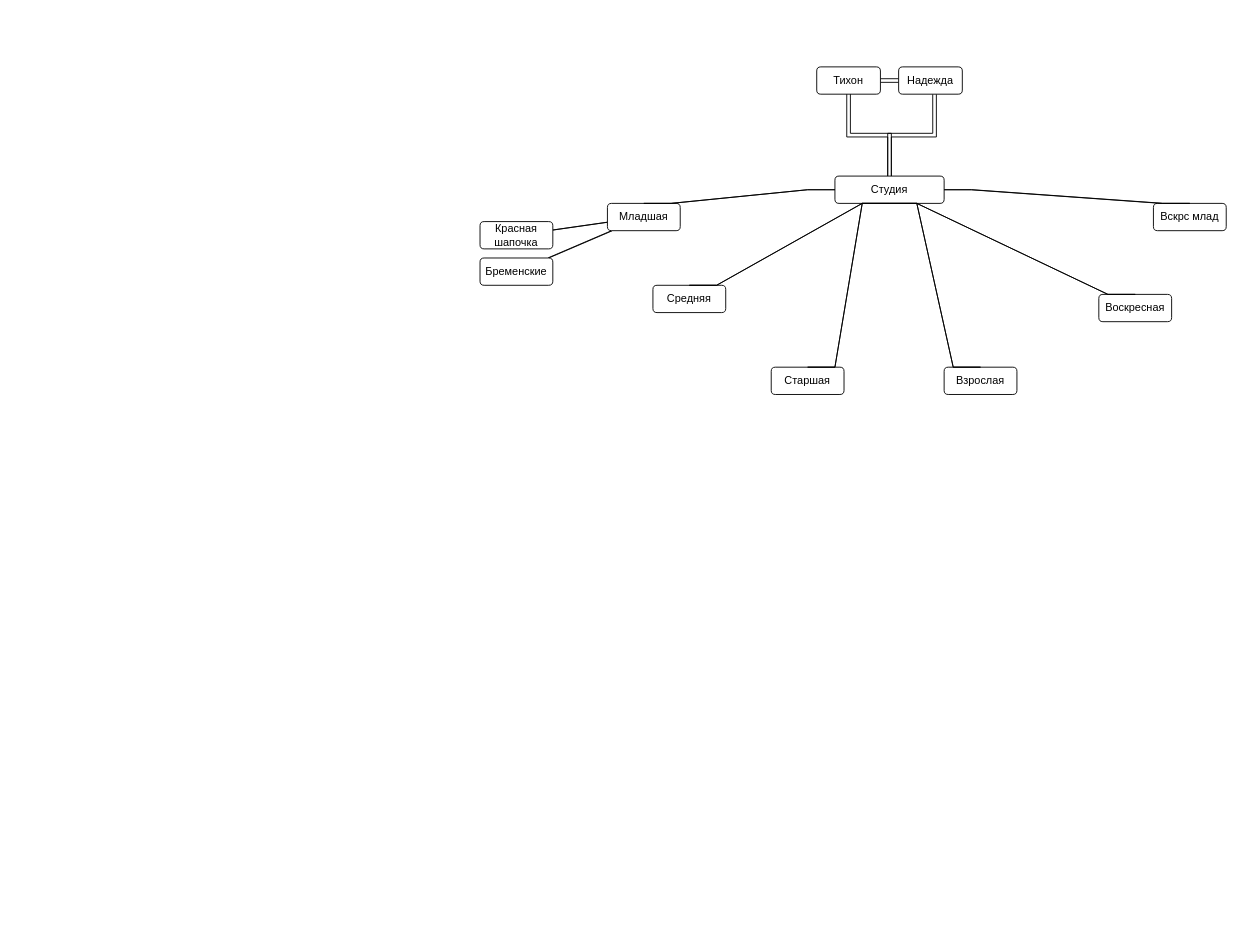
Before: Диаграмма без названия.drawio in Magnarius/fsd, a draw.io diagram. Source tidied: cells renumbered, new cells numbered last; positions are measured from the earlier drawing's top-left corner, leaving out a move shared by most shapes. Both pictures are drawn from the tidied source at 91%, with x=0, y=0 at pixel (480, 39).
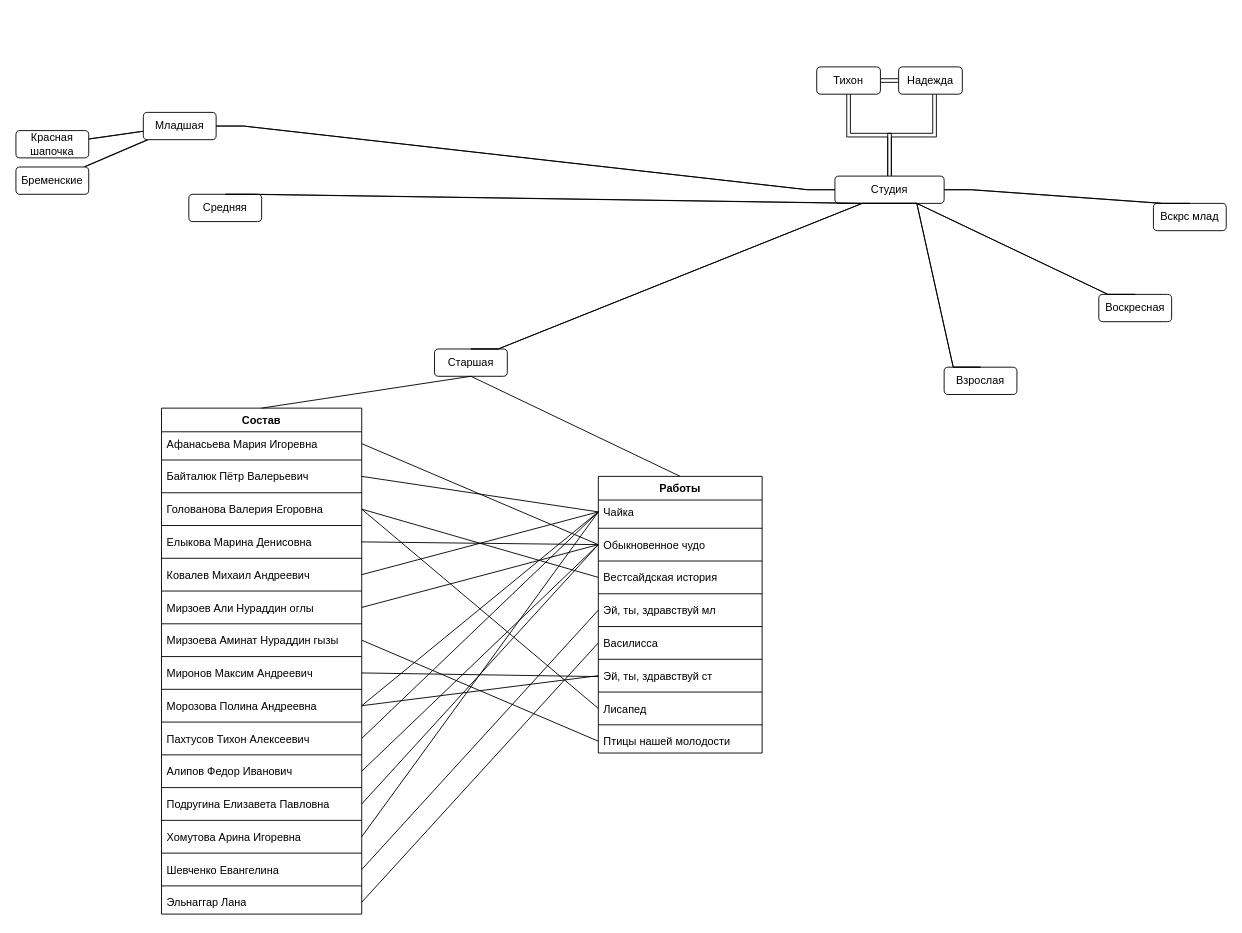
Above is the later version.

The change refers to these unchanged cells:
```xml
<mxCell id="7" value="Студия" style="rounded=1;whiteSpace=wrap;html=1;" parent="1" vertex="1">
  <mxGeometry x="390" y="150" width="120" height="30" as="geometry" />
</mxCell>
```

The edit, as a diff of the source:
```diff
@@
     <mxCell id="11" value="Младшая" style="rounded=1;whiteSpace=wrap;html=1;fontFamily=Helvetica;fontSize=12;fontColor=default;align=center;strokeColor=default;fillColor=default;" parent="1" vertex="1">
-      <mxGeometry x="140" y="180" width="80" height="30" as="geometry" />
+      <mxGeometry x="-370" y="80" width="80" height="30" as="geometry" />
     </mxCell>
     <mxCell id="12" value="Средняя" style="rounded=1;whiteSpace=wrap;html=1;" parent="1" vertex="1">
-      <mxGeometry x="190" y="270" width="80" height="30" as="geometry" />
+      <mxGeometry x="-320" y="170" width="80" height="30" as="geometry" />
     </mxCell>
     <mxCell id="13" value="Старшая" style="rounded=1;whiteSpace=wrap;html=1;" parent="1" vertex="1">
-      <mxGeometry x="320" y="360" width="80" height="30" as="geometry" />
+      <mxGeometry x="-50" y="340" width="80" height="30" as="geometry" />
     </mxCell>
@@
-    <mxCell id="17" style="endArrow=none;html=1;rounded=0;strokeColor=default;shape=link;elbow=vertical;exitX=0.5;exitY=0;exitDx=0;exitDy=0;edgeStyle=entityRelationEdgeStyle;width=-0.10309278350515427;entryX=0;entryY=0.5;entryDx=0;entryDy=0;" parent="1" edge="1" source="11" target="7">
+    <mxCell id="17" style="endArrow=none;html=1;rounded=0;strokeColor=default;shape=link;elbow=vertical;exitX=1;exitY=0.5;exitDx=0;exitDy=0;edgeStyle=entityRelationEdgeStyle;width=-0.10309278350515427;entryX=0;entryY=0.5;entryDx=0;entryDy=0;" parent="1" edge="1" source="11" target="7">
       <mxGeometry relative="1" as="geometry" />
     </mxCell>
@@
     <mxCell id="23" value="Бременские" style="rounded=1;whiteSpace=wrap;html=1;fontFamily=Helvetica;fontSize=12;fontColor=default;align=center;strokeColor=default;fillColor=default;" parent="1" vertex="1">
-      <mxGeometry y="240" width="80" height="30" as="geometry" />
+      <mxGeometry x="-510" y="140" width="80" height="30" as="geometry" />
     </mxCell>
     <mxCell id="24" value="Красная шапочка" style="rounded=1;whiteSpace=wrap;html=1;fontFamily=Helvetica;fontSize=12;fontColor=default;align=center;strokeColor=default;fillColor=default;" parent="1" vertex="1">
-      <mxGeometry y="200" width="80" height="30" as="geometry" />
+      <mxGeometry x="-510" y="100" width="80" height="30" as="geometry" />
     </mxCell>
+    <mxCell id="25" value="Состав" style="swimlane;fontStyle=1;horizontal=1;startSize=26;" parent="1" vertex="1">
+      <mxGeometry x="-350" y="405" width="220" height="556" as="geometry" />
+    </mxCell>
+    <mxCell id="26" value="Афанасьева Мария Игоревна" style="text;strokeColor=none;fillColor=none;align=left;verticalAlign=top;spacingLeft=4;spacingRight=4;overflow=hidden;points=[[0,0.5],[1,0.5]];portConstraint=eastwest;" parent="25" vertex="1">
+      <mxGeometry y="26" width="220" height="26" as="geometry" />
+    </mxCell>
+    <mxCell id="27" style="line;strokeWidth=1;dashed=0;labelPosition=right;align=left;verticalAlign=middle;spacingTop=0;spacingLeft=6;fontSize=12;" parent="25" vertex="1">
+      <mxGeometry y="52" width="220" height="10" as="geometry" />
+    </mxCell>
+    <mxCell id="28" value="Байталюк Пётр Валерьевич" style="text;strokeColor=none;fillColor=none;align=left;verticalAlign=top;spacingLeft=4;spacingRight=4;overflow=hidden;points=[[0,0.5],[1,0.5]];portConstraint=eastwest;" parent="25" vertex="1">
+      <mxGeometry y="62" width="220" height="26" as="geometry" />
+    </mxCell>
+    <mxCell id="29" style="line;strokeWidth=1;dashed=0;labelPosition=right;align=left;verticalAlign=middle;spacingTop=0;spacingLeft=6;fontSize=12;" parent="25" vertex="1">
+      <mxGeometry y="88" width="220" height="10" as="geometry" />
+    </mxCell>
+    <mxCell id="30" value="Голованова Валерия Егоровна" style="text;strokeColor=none;fillColor=none;align=left;verticalAlign=top;spacingLeft=4;spacingRight=4;overflow=hidden;points=[[0,0.5],[1,0.5]];portConstraint=eastwest;" parent="25" vertex="1">
+      <mxGeometry y="98" width="220" height="26" as="geometry" />
+    </mxCell>
+    <mxCell id="31" style="line;strokeWidth=1;dashed=0;labelPosition=right;align=left;verticalAlign=middle;spacingTop=0;spacingLeft=6;fontSize=12;" parent="25" vertex="1">
+      <mxGeometry y="124" width="220" height="10" as="geometry" />
+    </mxCell>
+    <mxCell id="32" value="Елыкова Марина Денисовна" style="text;strokeColor=none;fillColor=none;align=left;verticalAlign=top;spacingLeft=4;spacingRight=4;overflow=hidden;points=[[0,0.5],[1,0.5]];portConstraint=eastwest;" parent="25" vertex="1">
+      <mxGeometry y="134" width="220" height="26" as="geometry" />
+    </mxCell>
+    <mxCell id="33" style="line;strokeWidth=1;dashed=0;labelPosition=right;align=left;verticalAlign=middle;spacingTop=0;spacingLeft=6;fontSize=12;" parent="25" vertex="1">
+      <mxGeometry y="160" width="220" height="10" as="geometry" />
+    </mxCell>
+    <mxCell id="34" value="Ковалев Михаил Андреевич" style="text;strokeColor=none;fillColor=none;align=left;verticalAlign=top;spacingLeft=4;spacingRight=4;overflow=hidden;points=[[0,0.5],[1,0.5]];portConstraint=eastwest;" parent="25" vertex="1">
+      <mxGeometry y="170" width="220" height="26" as="geometry" />
+    </mxCell>
+    <mxCell id="35" style="line;strokeWidth=1;dashed=0;labelPosition=right;align=left;verticalAlign=middle;spacingTop=0;spacingLeft=6;fontSize=12;" parent="25" vertex="1">
+      <mxGeometry y="196" width="220" height="10" as="geometry" />
+    </mxCell>
+    <mxCell id="36" value="Мирзоев Али Нураддин оглы" style="text;strokeColor=none;fillColor=none;align=left;verticalAlign=top;spacingLeft=4;spacingRight=4;overflow=hidden;points=[[0,0.5],[1,0.5]];portConstraint=eastwest;" parent="25" vertex="1">
+      <mxGeometry y="206" width="220" height="26" as="geometry" />
+    </mxCell>
+    <mxCell id="37" style="line;strokeWidth=1;dashed=0;labelPosition=right;align=left;verticalAlign=middle;spacingTop=0;spacingLeft=6;fontSize=12;" parent="25" vertex="1">
+      <mxGeometry y="232" width="220" height="10" as="geometry" />
+    </mxCell>
+    <mxCell id="38" value="Мирзоева Аминат Нураддин гызы" style="text;strokeColor=none;fillColor=none;align=left;verticalAlign=top;spacingLeft=4;spacingRight=4;overflow=hidden;points=[[0,0.5],[1,0.5]];portConstraint=eastwest;" parent="25" vertex="1">
+      <mxGeometry y="242" width="220" height="26" as="geometry" />
+    </mxCell>
+    <mxCell id="39" style="line;strokeWidth=1;dashed=0;labelPosition=right;align=left;verticalAlign=middle;spacingTop=0;spacingLeft=6;fontSize=12;" parent="25" vertex="1">
+      <mxGeometry y="268" width="220" height="10" as="geometry" />
+    </mxCell>
+    <mxCell id="40" value="Миронов Максим Андреевич " style="text;strokeColor=none;fillColor=none;align=left;verticalAlign=top;spacingLeft=4;spacingRight=4;overflow=hidden;points=[[0,0.5],[1,0.5]];portConstraint=eastwest;" parent="25" vertex="1">
+      <mxGeometry y="278" width="220" height="26" as="geometry" />
+    </mxCell>
+    <mxCell id="41" style="line;strokeWidth=1;dashed=0;labelPosition=right;align=left;verticalAlign=middle;spacingTop=0;spacingLeft=6;fontSize=12;" parent="25" vertex="1">
+      <mxGeometry y="304" width="220" height="10" as="geometry" />
+    </mxCell>
+    <mxCell id="42" value="Морозова Полина Андреевна " style="text;strokeColor=none;fillColor=none;align=left;verticalAlign=top;spacingLeft=4;spacingRight=4;overflow=hidden;points=[[0,0.5],[1,0.5]];portConstraint=eastwest;" parent="25" vertex="1">
+      <mxGeometry y="314" width="220" height="26" as="geometry" />
+    </mxCell>
+    <mxCell id="43" style="line;strokeWidth=1;dashed=0;labelPosition=right;align=left;verticalAlign=middle;spacingTop=0;spacingLeft=6;fontSize=12;" parent="25" vertex="1">
+      <mxGeometry y="340" width="220" height="10" as="geometry" />
+    </mxCell>
+    <mxCell id="44" value="Пахтусов Тихон Алексеевич" style="text;strokeColor=none;fillColor=none;align=left;verticalAlign=top;spacingLeft=4;spacingRight=4;overflow=hidden;points=[[0,0.5],[1,0.5]];portConstraint=eastwest;" parent="25" vertex="1">
+      <mxGeometry y="350" width="220" height="26" as="geometry" />
+    </mxCell>
+    <mxCell id="45" style="line;strokeWidth=1;dashed=0;labelPosition=right;align=left;verticalAlign=middle;spacingTop=0;spacingLeft=6;fontSize=12;" parent="25" vertex="1">
+      <mxGeometry y="376" width="220" height="10" as="geometry" />
+    </mxCell>
+    <mxCell id="46" value="Алипов Федор Иванович" style="text;strokeColor=none;fillColor=none;align=left;verticalAlign=top;spacingLeft=4;spacingRight=4;overflow=hidden;points=[[0,0.5],[1,0.5]];portConstraint=eastwest;" parent="25" vertex="1">
+      <mxGeometry y="386" width="220" height="26" as="geometry" />
+    </mxCell>
+    <mxCell id="47" style="line;strokeWidth=1;dashed=0;labelPosition=right;align=left;verticalAlign=middle;spacingTop=0;spacingLeft=6;fontSize=12;" parent="25" vertex="1">
+      <mxGeometry y="412" width="220" height="10" as="geometry" />
+    </mxCell>
+    <mxCell id="48" value="Подругина Елизавета Павловна" style="text;strokeColor=none;fillColor=none;align=left;verticalAlign=top;spacingLeft=4;spacingRight=4;overflow=hidden;points=[[0,0.5],[1,0.5]];portConstraint=eastwest;" parent="25" vertex="1">
+      <mxGeometry y="422" width="220" height="26" as="geometry" />
+    </mxCell>
+    <mxCell id="49" style="line;strokeWidth=1;dashed=0;labelPosition=right;align=left;verticalAlign=middle;spacingTop=0;spacingLeft=6;fontSize=12;" parent="25" vertex="1">
+      <mxGeometry y="448" width="220" height="10" as="geometry" />
+    </mxCell>
+    <mxCell id="50" value="Хомутова Арина Игоревна" style="text;strokeColor=none;fillColor=none;align=left;verticalAlign=top;spacingLeft=4;spacingRight=4;overflow=hidden;points=[[0,0.5],[1,0.5]];portConstraint=eastwest;" parent="25" vertex="1">
+      <mxGeometry y="458" width="220" height="26" as="geometry" />
+    </mxCell>
+    <mxCell id="51" style="line;strokeWidth=1;dashed=0;labelPosition=right;align=left;verticalAlign=middle;spacingTop=0;spacingLeft=6;fontSize=12;" parent="25" vertex="1">
+      <mxGeometry y="484" width="220" height="10" as="geometry" />
+    </mxCell>
+    <mxCell id="52" value="Шевченко Евангелина" style="text;strokeColor=none;fillColor=none;align=left;verticalAlign=top;spacingLeft=4;spacingRight=4;overflow=hidden;points=[[0,0.5],[1,0.5]];portConstraint=eastwest;" parent="25" vertex="1">
+      <mxGeometry y="494" width="220" height="26" as="geometry" />
+    </mxCell>
+    <mxCell id="53" style="line;strokeWidth=1;dashed=0;labelPosition=right;align=left;verticalAlign=middle;spacingTop=0;spacingLeft=6;fontSize=12;" parent="25" vertex="1">
+      <mxGeometry y="520" width="220" height="10" as="geometry" />
+    </mxCell>
+    <mxCell id="54" value="Эльнаггар Лана" style="text;strokeColor=none;fillColor=none;align=left;verticalAlign=top;spacingLeft=4;spacingRight=4;overflow=hidden;points=[[0,0.5],[1,0.5]];portConstraint=eastwest;" parent="25" vertex="1">
+      <mxGeometry y="530" width="220" height="26" as="geometry" />
+    </mxCell>
+    <mxCell id="55" style="endArrow=none;html=1;rounded=0;entryX=0.5;entryY=1;entryDx=0;entryDy=0;exitX=0.5;exitY=0;exitDx=0;exitDy=0;" parent="1" edge="1" source="25" target="13">
+      <mxGeometry relative="1" as="geometry" />
+    </mxCell>
+    <mxCell id="56" value="Работы" style="swimlane;fontStyle=1;horizontal=1;startSize=26;fontSize=12;" parent="1" vertex="1">
+      <mxGeometry x="130" y="480" width="180" height="304" as="geometry" />
+    </mxCell>
+    <mxCell id="57" value="Чайка" style="text;strokeColor=none;fillColor=none;align=left;verticalAlign=top;spacingLeft=4;spacingRight=4;overflow=hidden;points=[[0,0.5],[1,0.5]];portConstraint=eastwest;" parent="56" vertex="1">
+      <mxGeometry y="26" width="180" height="26" as="geometry" />
+    </mxCell>
+    <mxCell id="58" style="line;strokeWidth=1;dashed=0;labelPosition=right;align=left;verticalAlign=middle;spacingTop=0;spacingLeft=6;fontSize=12;" parent="56" vertex="1">
+      <mxGeometry y="52" width="180" height="10" as="geometry" />
+    </mxCell>
+    <mxCell id="59" value="Обыкновенное чудо" style="text;strokeColor=none;fillColor=none;align=left;verticalAlign=top;spacingLeft=4;spacingRight=4;overflow=hidden;points=[[0,0.5],[1,0.5]];portConstraint=eastwest;" parent="56" vertex="1">
+      <mxGeometry y="62" width="180" height="26" as="geometry" />
+    </mxCell>
+    <mxCell id="60" style="line;strokeWidth=1;dashed=0;labelPosition=right;align=left;verticalAlign=middle;spacingTop=0;spacingLeft=6;fontSize=12;" parent="56" vertex="1">
+      <mxGeometry y="88" width="180" height="10" as="geometry" />
+    </mxCell>
+    <mxCell id="61" value="Вестсайдская история" style="text;strokeColor=none;fillColor=none;align=left;verticalAlign=top;spacingLeft=4;spacingRight=4;overflow=hidden;points=[[0,0.5],[1,0.5]];portConstraint=eastwest;" parent="56" vertex="1">
+      <mxGeometry y="98" width="180" height="26" as="geometry" />
+    </mxCell>
+    <mxCell id="62" style="line;strokeWidth=1;dashed=0;labelPosition=right;align=left;verticalAlign=middle;spacingTop=0;spacingLeft=6;fontSize=12;" parent="56" vertex="1">
+      <mxGeometry y="124" width="180" height="10" as="geometry" />
+    </mxCell>
+    <mxCell id="63" value="Эй, ты, здравствуй мл" style="text;strokeColor=none;fillColor=none;align=left;verticalAlign=top;spacingLeft=4;spacingRight=4;overflow=hidden;points=[[0,0.5],[1,0.5]];portConstraint=eastwest;" parent="56" vertex="1">
+      <mxGeometry y="134" width="180" height="26" as="geometry" />
+    </mxCell>
+    <mxCell id="64" style="line;strokeWidth=1;dashed=0;labelPosition=right;align=left;verticalAlign=middle;spacingTop=0;spacingLeft=6;fontSize=12;" parent="56" vertex="1">
+      <mxGeometry y="160" width="180" height="10" as="geometry" />
+    </mxCell>
+    <mxCell id="65" value="Василисса" style="text;strokeColor=none;fillColor=none;align=left;verticalAlign=top;spacingLeft=4;spacingRight=4;overflow=hidden;points=[[0,0.5],[1,0.5]];portConstraint=eastwest;" parent="56" vertex="1">
+      <mxGeometry y="170" width="180" height="26" as="geometry" />
+    </mxCell>
+    <mxCell id="66" style="line;strokeWidth=1;dashed=0;labelPosition=right;align=left;verticalAlign=middle;spacingTop=0;spacingLeft=6;fontSize=12;" parent="56" vertex="1">
+      <mxGeometry y="196" width="180" height="10" as="geometry" />
+    </mxCell>
+    <mxCell id="67" value="Эй, ты, здравствуй ст" style="text;strokeColor=none;fillColor=none;align=left;verticalAlign=top;spacingLeft=4;spacingRight=4;overflow=hidden;points=[[0,0.5],[1,0.5]];portConstraint=eastwest;" parent="56" vertex="1">
+      <mxGeometry y="206" width="180" height="26" as="geometry" />
+    </mxCell>
+    <mxCell id="68" style="line;strokeWidth=1;dashed=0;labelPosition=right;align=left;verticalAlign=middle;spacingTop=0;spacingLeft=6;fontSize=12;" parent="56" vertex="1">
+      <mxGeometry y="232" width="180" height="10" as="geometry" />
+    </mxCell>
+    <mxCell id="69" value="Лисапед" style="text;strokeColor=none;fillColor=none;align=left;verticalAlign=top;spacingLeft=4;spacingRight=4;overflow=hidden;points=[[0,0.5],[1,0.5]];portConstraint=eastwest;" parent="56" vertex="1">
+      <mxGeometry y="242" width="180" height="26" as="geometry" />
+    </mxCell>
+    <mxCell id="70" style="line;strokeWidth=1;dashed=0;labelPosition=right;align=left;verticalAlign=middle;spacingTop=0;spacingLeft=6;fontSize=12;" parent="56" vertex="1">
+      <mxGeometry y="268" width="180" height="10" as="geometry" />
+    </mxCell>
+    <mxCell id="71" value="Птицы нашей молодости" style="text;strokeColor=none;fillColor=none;align=left;verticalAlign=top;spacingLeft=4;spacingRight=4;overflow=hidden;points=[[0,0.5],[1,0.5]];portConstraint=eastwest;" parent="56" vertex="1">
+      <mxGeometry y="278" width="180" height="26" as="geometry" />
+    </mxCell>
+    <mxCell id="72" style="endArrow=none;html=1;rounded=0;entryX=0.5;entryY=1;entryDx=0;entryDy=0;exitX=0.5;exitY=0;exitDx=0;exitDy=0;" parent="1" edge="1" source="56" target="13">
+      <mxGeometry relative="1" as="geometry" />
+    </mxCell>
+    <mxCell id="73" style="endArrow=none;html=1;rounded=0;exitX=1;exitY=0.5;exitDx=0;exitDy=0;entryX=0;entryY=0.5;entryDx=0;entryDy=0;" parent="1" edge="1" source="26" target="59">
+      <mxGeometry relative="1" as="geometry" />
+    </mxCell>
+    <mxCell id="74" style="endArrow=none;html=1;rounded=0;exitX=1;exitY=0.5;exitDx=0;exitDy=0;entryX=0;entryY=0.5;entryDx=0;entryDy=0;" parent="1" edge="1" source="54" target="65">
+      <mxGeometry relative="1" as="geometry" />
+    </mxCell>
+    <mxCell id="75" style="endArrow=none;html=1;rounded=0;exitX=1;exitY=0.5;exitDx=0;exitDy=0;entryX=0;entryY=0.5;entryDx=0;entryDy=0;" parent="1" edge="1" source="28" target="57">
+      <mxGeometry relative="1" as="geometry" />
+    </mxCell>
+    <mxCell id="76" style="endArrow=none;html=1;rounded=0;exitX=1;exitY=0.5;exitDx=0;exitDy=0;entryX=0;entryY=0.5;entryDx=0;entryDy=0;" parent="1" edge="1" source="34" target="57">
+      <mxGeometry relative="1" as="geometry" />
+    </mxCell>
+    <mxCell id="77" style="endArrow=none;html=1;rounded=0;exitX=1;exitY=0.5;exitDx=0;exitDy=0;entryX=0;entryY=0.5;entryDx=0;entryDy=0;" parent="1" edge="1" source="30" target="69">
+      <mxGeometry relative="1" as="geometry" />
+    </mxCell>
+    <mxCell id="78" style="endArrow=none;html=1;rounded=0;fontSize=12;exitX=1;exitY=0.5;exitDx=0;exitDy=0;entryX=0;entryY=0.5;entryDx=0;entryDy=0;" parent="1" edge="1" source="48" target="59">
+      <mxGeometry relative="1" as="geometry" />
+    </mxCell>
+    <mxCell id="79" style="endArrow=none;html=1;rounded=0;fontSize=12;entryX=1;entryY=0.5;entryDx=0;entryDy=0;exitX=0;exitY=0.5;exitDx=0;exitDy=0;" parent="1" edge="1" source="57" target="44">
+      <mxGeometry relative="1" as="geometry" />
+    </mxCell>
+    <mxCell id="80" style="endArrow=none;html=1;rounded=0;fontSize=12;entryX=1;entryY=0.5;entryDx=0;entryDy=0;exitX=0;exitY=0.5;exitDx=0;exitDy=0;" parent="1" edge="1" source="57" target="42">
+      <mxGeometry relative="1" as="geometry" />
+    </mxCell>
+    <mxCell id="81" style="endArrow=none;html=1;rounded=0;fontSize=12;entryX=1;entryY=0.5;entryDx=0;entryDy=0;exitX=0;exitY=0.5;exitDx=0;exitDy=0;" parent="1" edge="1" source="67" target="42">
+      <mxGeometry relative="1" as="geometry" />
+    </mxCell>
+    <mxCell id="82" style="endArrow=none;html=1;rounded=0;fontSize=12;entryX=1;entryY=0.5;entryDx=0;entryDy=0;exitX=0;exitY=0.5;exitDx=0;exitDy=0;" parent="1" edge="1" source="63" target="52">
+      <mxGeometry relative="1" as="geometry" />
+    </mxCell>
+    <mxCell id="83" style="endArrow=none;html=1;rounded=0;fontSize=12;entryX=1;entryY=0.5;entryDx=0;entryDy=0;exitX=0;exitY=0.5;exitDx=0;exitDy=0;" parent="1" edge="1" source="61" target="30">
+      <mxGeometry relative="1" as="geometry" />
+    </mxCell>
+    <mxCell id="84" style="endArrow=none;html=1;rounded=0;fontSize=12;entryX=1;entryY=0.5;entryDx=0;entryDy=0;exitX=0;exitY=0.5;exitDx=0;exitDy=0;" parent="1" edge="1" source="71" target="38">
+      <mxGeometry relative="1" as="geometry" />
+    </mxCell>
+    <mxCell id="85" style="endArrow=none;html=1;rounded=0;fontSize=12;entryX=1;entryY=0.5;entryDx=0;entryDy=0;exitX=0;exitY=0.5;exitDx=0;exitDy=0;" parent="1" edge="1" source="57" target="50">
+      <mxGeometry relative="1" as="geometry" />
+    </mxCell>
+    <mxCell id="86" style="endArrow=none;html=1;rounded=0;fontSize=12;entryX=1;entryY=0.5;entryDx=0;entryDy=0;exitX=0;exitY=0.5;exitDx=0;exitDy=0;" parent="1" edge="1" source="59" target="32">
+      <mxGeometry relative="1" as="geometry" />
+    </mxCell>
+    <mxCell id="87" style="endArrow=none;html=1;rounded=0;fontSize=12;entryX=1;entryY=0.5;entryDx=0;entryDy=0;exitX=0;exitY=0.5;exitDx=0;exitDy=0;" parent="1" edge="1" source="59" target="36">
+      <mxGeometry relative="1" as="geometry" />
+    </mxCell>
+    <mxCell id="88" style="endArrow=none;html=1;rounded=0;fontSize=12;entryX=1;entryY=0.5;entryDx=0;entryDy=0;" parent="1" edge="1" target="40">
+      <mxGeometry relative="1" as="geometry">
+        <mxPoint x="130" y="700" as="sourcePoint" />
+      </mxGeometry>
+    </mxCell>
+    <mxCell id="89" style="endArrow=none;html=1;rounded=0;exitX=1;exitY=0.5;exitDx=0;exitDy=0;entryX=0;entryY=0.5;entryDx=0;entryDy=0;" parent="1" edge="1" source="46" target="59">
+      <mxGeometry relative="1" as="geometry" />
+    </mxCell>
```
